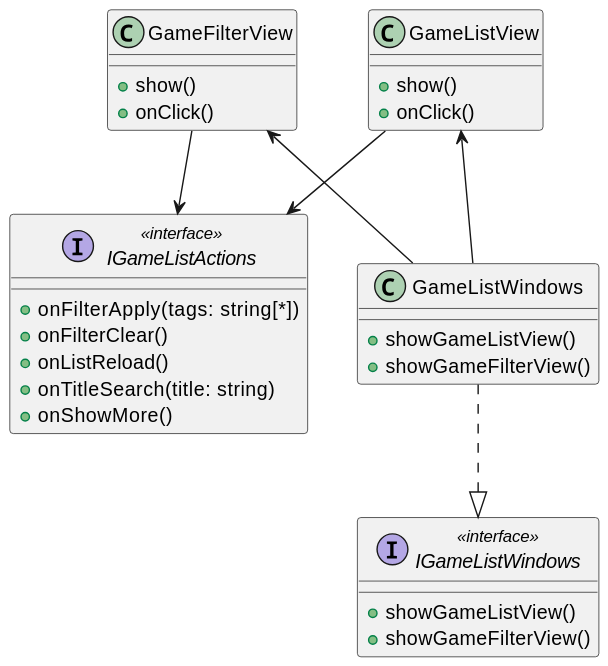
Before: diagrams/frontend/rendered/game-list-view.svg, a diagram exported from PlantUML (Igor-Ochocki/POP-2026Z).
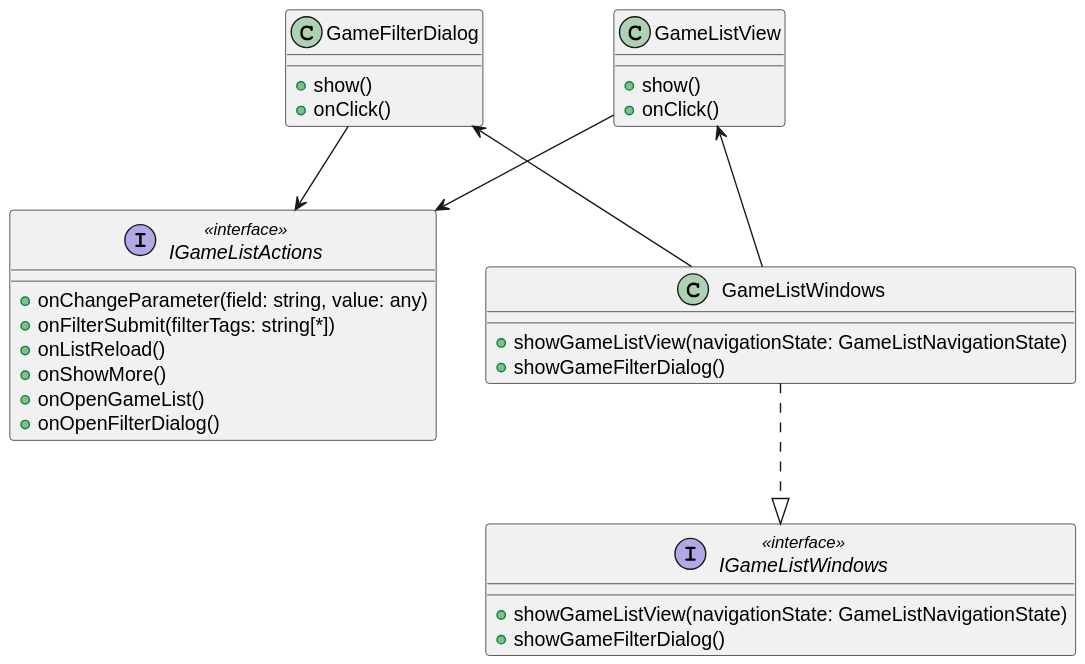
Above is the later version.

Diff of the diagram source:
```diff
@@ -1,20 +1,21 @@
 @startuml
 interface IGameListWindows <<interface>> {
-    +showGameListView()
-    +showGameFilterView()
+    +showGameListView(navigationState: GameListNavigationState)
+    +showGameFilterDialog()
 }
 
 interface IGameListActions <<interface>> {
-    +onFilterApply(tags: string[*])
-    +onFilterClear()
+    +onChangeParameter(field: string, value: any)
+    +onFilterSubmit(filterTags: string[*])
     +onListReload()
-    +onTitleSearch(title: string)
     +onShowMore()
+    +onOpenGameList()
+    +onOpenFilterDialog()
 }
 
 class GameListWindows {
-    +showGameListView()
-    +showGameFilterView()
+    +showGameListView(navigationState: GameListNavigationState)
+    +showGameFilterDialog()
 }
 
 class GameListView {
@@ -22,15 +23,15 @@
     +onClick()
 }
 
-class GameFilterView {
+class GameFilterDialog {
     +show()
     +onClick()
 }
 
 GameListWindows ..|> IGameListWindows
 GameListWindows -u-> GameListView
-GameListWindows -u-> GameFilterView
+GameListWindows -u-> GameFilterDialog
 
 GameListView --> IGameListActions
-GameFilterView --> IGameListActions
+GameFilterDialog --> IGameListActions
 @enduml
```
